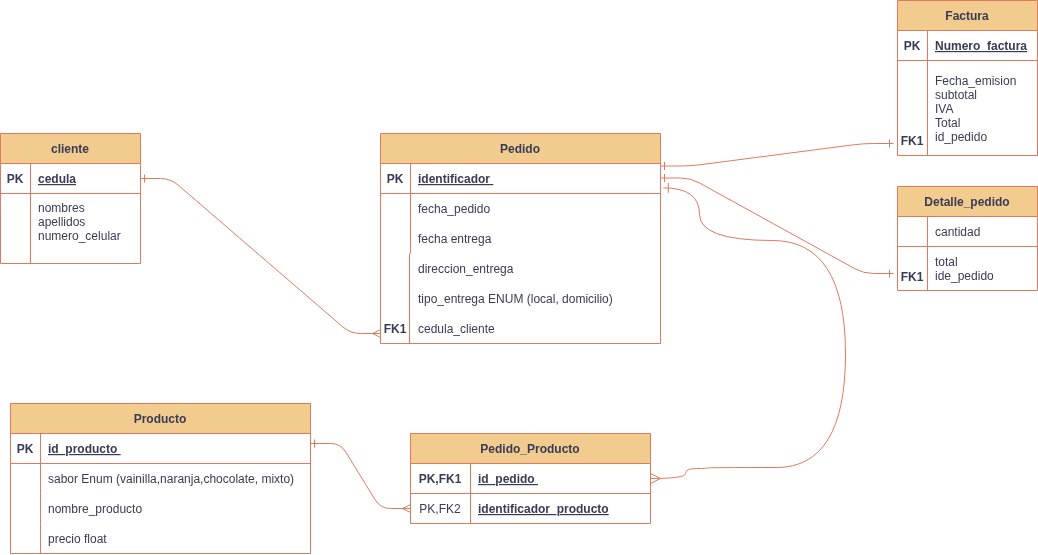
The draw.io diagram Relacional.png in Frozt98/Diagramas, before a commit. Source tidied: cells renumbered, new cells last; positions are measured from the earlier drawing's top-left corner, leaving out a move shared by most shapes.
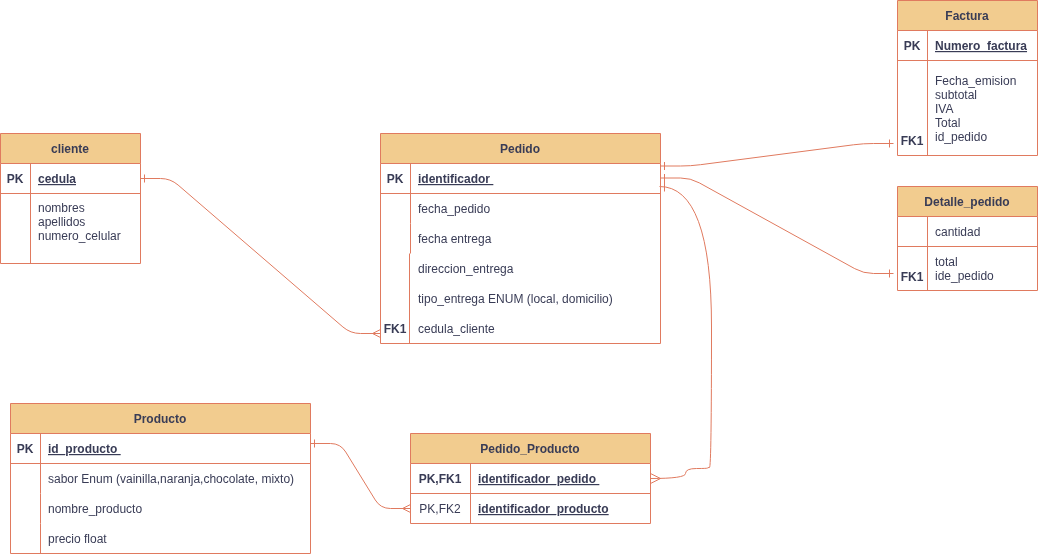
Later version of the same file.

Change to the diagram source:
```diff
@@ -121,7 +121,7 @@
     <mxCell id="37" value="PK,FK1" style="shape=partialRectangle;overflow=hidden;fillColor=none;top=0;left=0;bottom=0;right=0;fontStyle=1;labelBackgroundColor=none;strokeColor=#E07A5F;fontColor=#393C56;" parent="36" vertex="1">
       <mxGeometry width="60" height="30" as="geometry" />
     </mxCell>
-    <mxCell id="38" value="id_pedido " style="shape=partialRectangle;overflow=hidden;fillColor=none;top=0;left=0;bottom=0;right=0;align=left;spacingLeft=6;fontStyle=5;labelBackgroundColor=none;strokeColor=#E07A5F;fontColor=#393C56;" parent="36" vertex="1">
+    <mxCell id="38" value="identificador_pedido " style="shape=partialRectangle;overflow=hidden;fillColor=none;top=0;left=0;bottom=0;right=0;align=left;spacingLeft=6;fontStyle=5;labelBackgroundColor=none;strokeColor=#E07A5F;fontColor=#393C56;" parent="36" vertex="1">
       <mxGeometry x="60" width="180" height="30" as="geometry" />
     </mxCell>
     <mxCell id="39" style="shape=partialRectangle;fillColor=none;points=[[0,0.5],[1,0.5]];portConstraint=eastwest;top=0;left=0;right=0;bottom=0;labelBackgroundColor=none;strokeColor=#E07A5F;fontColor=#393C56;" parent="35" vertex="1">
@@ -138,13 +138,12 @@
         <mxPoint x="310" y="443" as="sourcePoint" />
       </mxGeometry>
     </mxCell>
-    <mxCell id="43" style="edgeStyle=orthogonalEdgeStyle;elbow=vertical;endArrow=ERmany;html=1;rounded=0;endSize=8;startSize=8;curved=1;entryX=1;entryY=0.5;entryDx=0;entryDy=0;endFill=0;labelBackgroundColor=none;fontColor=default;strokeColor=#E07A5F;startArrow=ERone;startFill=0;exitX=1.01;exitY=0.812;exitDx=0;exitDy=0;exitPerimeter=0;" parent="1" edge="1" source="4" target="36">
+    <mxCell id="43" style="edgeStyle=orthogonalEdgeStyle;elbow=vertical;endArrow=ERmany;html=1;rounded=0;endSize=8;startSize=8;curved=1;entryX=1;entryY=0.5;entryDx=0;entryDy=0;endFill=0;labelBackgroundColor=none;fontColor=default;strokeColor=#E07A5F;startArrow=ERone;startFill=0;" parent="1" edge="1" target="36">
       <mxGeometry relative="1" as="geometry">
+        <mxPoint x="659" y="186" as="sourcePoint" />
         <Array as="points">
-          <mxPoint x="699" y="187" />
-          <mxPoint x="699" y="240" />
-          <mxPoint x="845" y="240" />
-          <mxPoint x="845" y="467" />
+          <mxPoint x="711" y="186" />
+          <mxPoint x="711" y="467" />
           <mxPoint x="707" y="467" />
           <mxPoint x="707" y="468" />
           <mxPoint x="685" y="468" />
```
